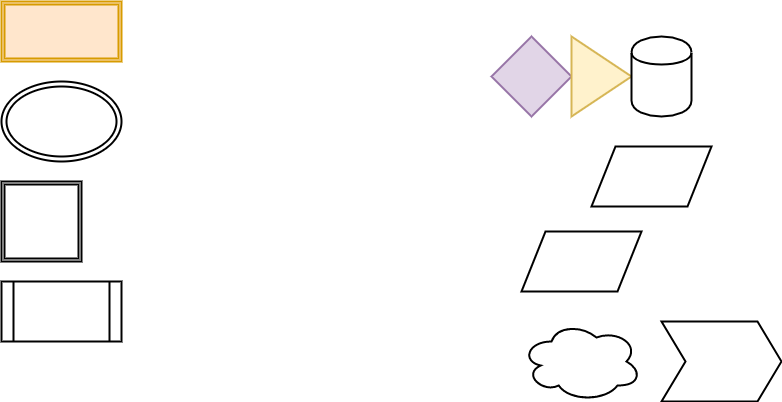
Above: images/Second.png in ibalabala/test (draw.io), before the change. Source tidied: cells renumbered, new cells last; positions are measured from the earlier drawing's top-left corner, leaving out a move shared by most shapes.
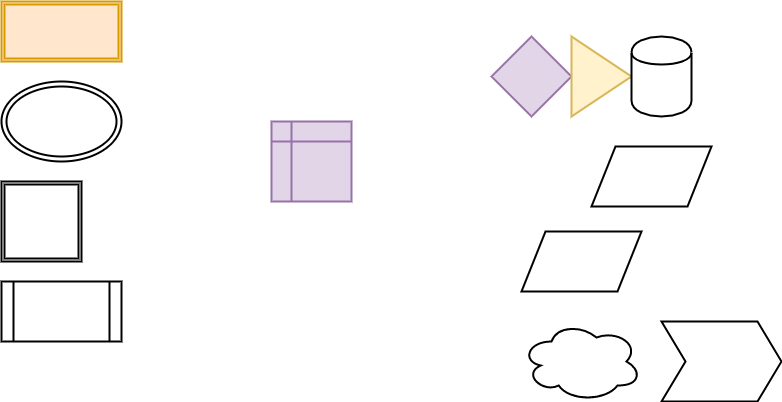
After the change.

What changed in the source:
```diff
@@ -14,6 +14,9 @@
     <mxCell id="5" style="shape=process;whiteSpace=wrap;html=1;labelBackgroundColor=#FFFF33;strokeWidth=2;fontColor=#3333FF;" parent="1" vertex="1">
       <mxGeometry y="280" width="120" height="60" as="geometry" />
     </mxCell>
+    <mxCell id="14" style="shape=internalStorage;whiteSpace=wrap;html=1;labelBackgroundColor=#FFFF33;strokeWidth=2;fontColor=#3333FF;fillColor=#e1d5e7;strokeColor=#9673a6;" parent="1" vertex="1">
+      <mxGeometry x="270" y="120" width="80" height="80" as="geometry" />
+    </mxCell>
     <mxCell id="6" value="Untitled Layer" parent="0" />
     <mxCell id="7" style="rhombus;whiteSpace=wrap;html=1;labelBackgroundColor=#FFFF33;strokeWidth=2;fontColor=#3333FF;fillColor=#e1d5e7;strokeColor=#9673a6;" parent="6" vertex="1">
       <mxGeometry x="490" y="35" width="80" height="80" as="geometry" />
```
